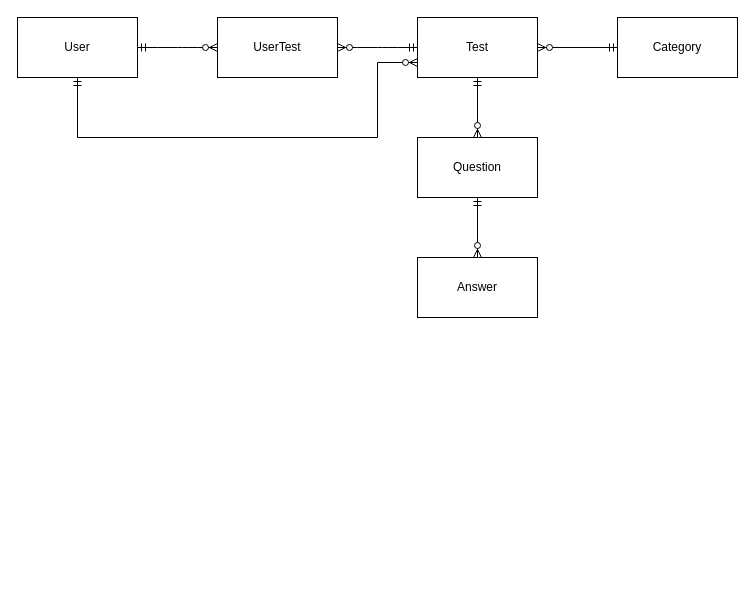
Above: Untitled Diagram.drawio in Alex-Govorov/sync (draw.io), before the change. Source tidied: cells renumbered, new cells numbered last; positions are measured from the earlier drawing's top-left corner, leaving out a move shared by most shapes. Both pictures are drawn from the tidied source at 100%, with x=0, y=0 at pixel (17, 17).
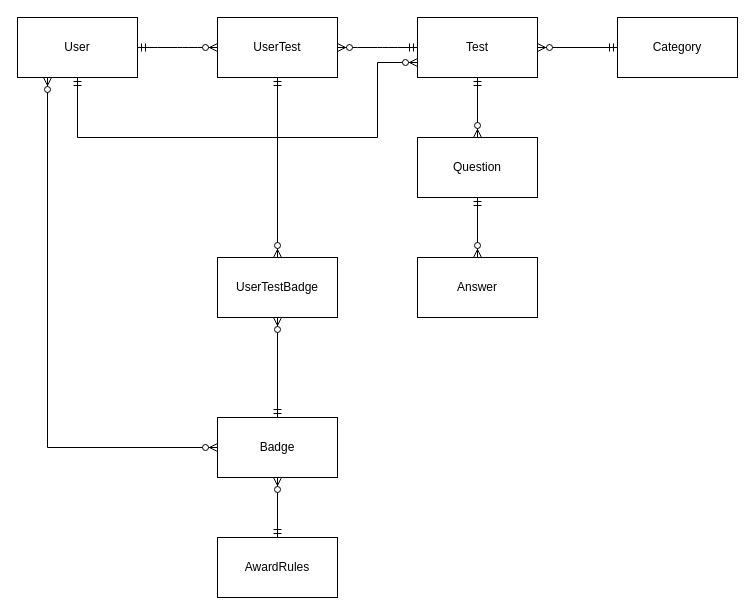
The same page after the edit.

Unchanged cells that the change refers to:
```xml
<mxCell id="2" value="User" style="whiteSpace=wrap;html=1;align=center;" parent="1" vertex="1">
  <mxGeometry width="120" height="60" as="geometry" />
</mxCell>
<mxCell id="11" value="UserTest" style="whiteSpace=wrap;html=1;align=center;" parent="1" vertex="1">
  <mxGeometry x="200" width="120" height="60" as="geometry" />
</mxCell>
```

Diff of the diagram source:
```diff
@@
+    <mxCell id="14" style="edgeStyle=orthogonalEdgeStyle;rounded=0;jettySize=auto;html=1;entryX=0.5;entryY=0;entryDx=0;entryDy=0;endArrow=ERmandOne;endFill=0;startArrow=ERzeroToMany;startFill=1;" parent="1" edge="1" source="16" target="17">
+      <mxGeometry relative="1" as="geometry" />
+    </mxCell>
+    <mxCell id="15" style="edgeStyle=orthogonalEdgeStyle;rounded=0;jettySize=auto;html=1;startArrow=ERzeroToMany;startFill=1;endArrow=ERzeroToMany;endFill=1;strokeColor=#000000;entryX=0.25;entryY=1;entryDx=0;entryDy=0;" parent="1" edge="1" source="16" target="2">
+      <mxGeometry relative="1" as="geometry" />
+    </mxCell>
+    <mxCell id="16" value="Badge" style="whiteSpace=wrap;html=1;align=center;" parent="1" vertex="1">
+      <mxGeometry x="200" y="400" width="120" height="60" as="geometry" />
+    </mxCell>
+    <mxCell id="17" value="AwardRules" style="whiteSpace=wrap;html=1;align=center;" parent="1" vertex="1">
+      <mxGeometry x="200" y="520" width="120" height="60" as="geometry" />
+    </mxCell>
+    <mxCell id="18" style="edgeStyle=orthogonalEdgeStyle;rounded=0;jettySize=auto;html=1;entryX=0.5;entryY=1;entryDx=0;entryDy=0;startArrow=ERzeroToMany;startFill=1;endArrow=ERmandOne;endFill=0;strokeColor=#000000;" parent="1" edge="1" source="20" target="11">
+      <mxGeometry relative="1" as="geometry" />
+    </mxCell>
+    <mxCell id="19" style="edgeStyle=orthogonalEdgeStyle;rounded=0;jettySize=auto;html=1;entryX=0.5;entryY=0;entryDx=0;entryDy=0;startArrow=ERzeroToMany;startFill=1;endArrow=ERmandOne;endFill=0;strokeColor=#000000;" parent="1" edge="1" source="20" target="16">
+      <mxGeometry relative="1" as="geometry" />
+    </mxCell>
+    <mxCell id="20" value="UserTestBadge" style="whiteSpace=wrap;html=1;align=center;" parent="1" vertex="1">
+      <mxGeometry x="200" y="240" width="120" height="60" as="geometry" />
+    </mxCell>
```
